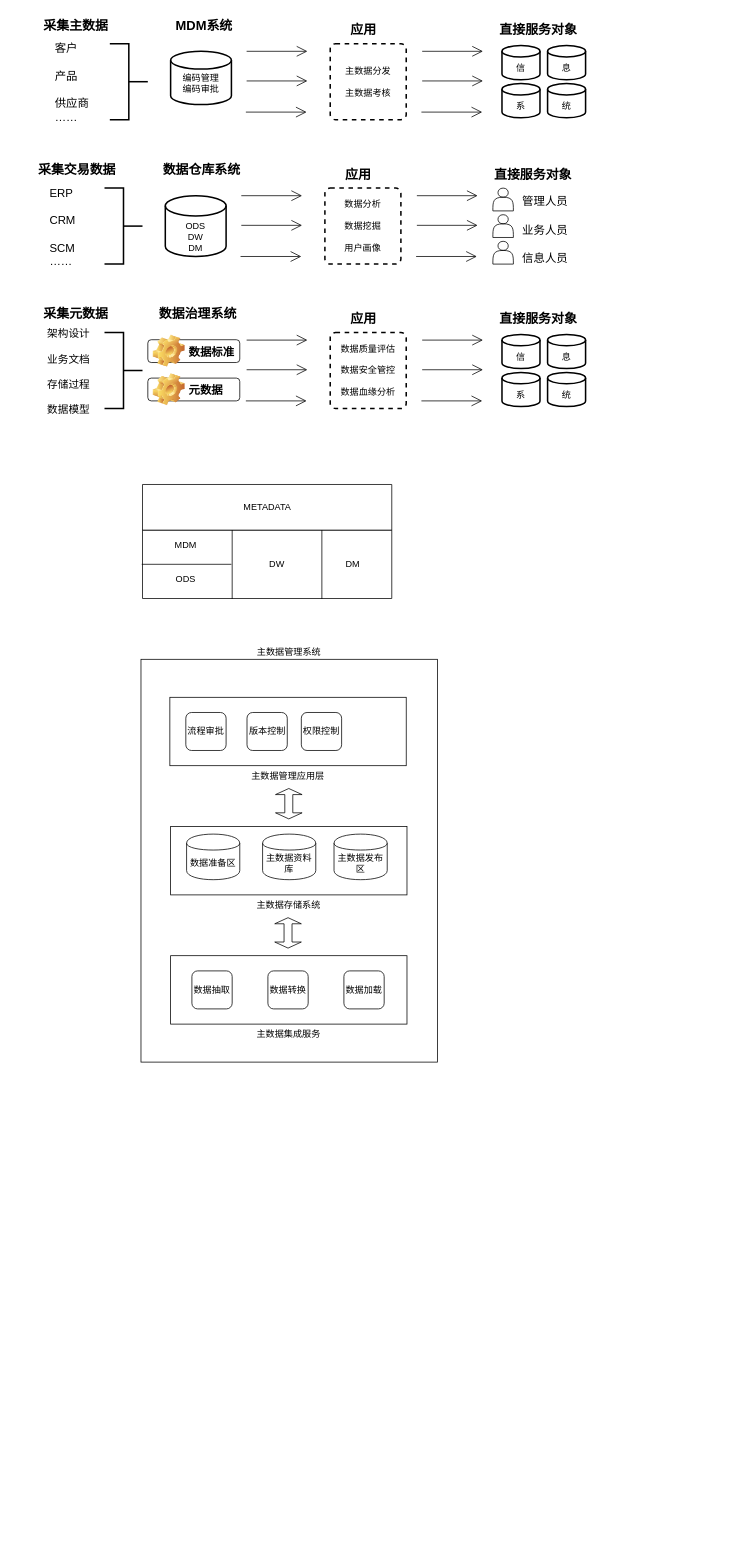
Earlier version of the draw.io diagram 数据治理.drawio (aubao/aubao). Source tidied: cells renumbered, new cells numbered last; positions are measured from the earlier drawing's top-left corner, leaving out a move shared by most shapes. Both pictures are drawn from the tidied source at 76%, with x=0, y=0 at pixel (36, 13).
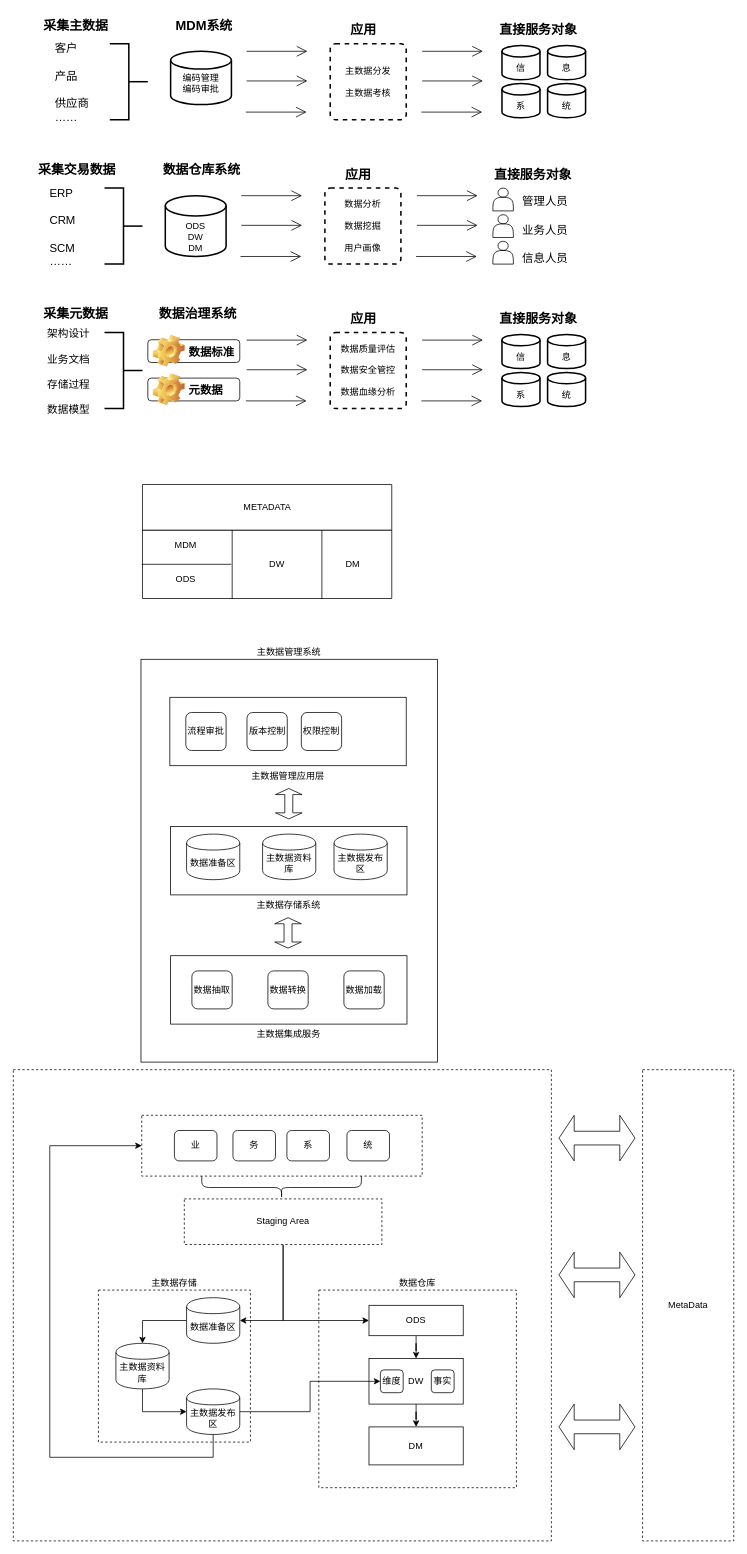
The same diagram, later.

Commit message:
更新数据治理.drawio

What changed in the source:
```diff
@@
+    <mxCell id="82" style="rounded=0;whiteSpace=wrap;html=1;dashed=1;" parent="1" vertex="1">
+      <mxGeometry x="-31" y="1390" width="708" height="620" as="geometry" />
+    </mxCell>
+    <mxCell id="83" style="rounded=0;whiteSpace=wrap;html=1;dashed=1;" parent="1" vertex="1">
+      <mxGeometry x="138" y="1450" width="369" height="80" as="geometry" />
+    </mxCell>
+    <mxCell id="84" value="数据仓库&lt;br&gt;" style="whiteSpace=wrap;html=1;labelPosition=center;verticalLabelPosition=top;align=center;verticalAlign=bottom;dashed=1;" parent="1" vertex="1">
+      <mxGeometry x="371" y="1680" width="260" height="260" as="geometry" />
+    </mxCell>
+    <mxCell id="85" value="DW" style="rounded=0;whiteSpace=wrap;html=1;labelPosition=center;verticalLabelPosition=middle;align=center;verticalAlign=middle;" parent="1" vertex="1">
+      <mxGeometry x="437" y="1770" width="124" height="60" as="geometry" />
+    </mxCell>
+    <mxCell id="86" value="主数据存储" style="whiteSpace=wrap;html=1;labelPosition=center;verticalLabelPosition=top;align=center;verticalAlign=bottom;dashed=1;" parent="1" vertex="1">
+      <mxGeometry x="81" y="1680" width="200" height="200" as="geometry" />
+    </mxCell>
@@
+    <mxCell id="87" value="业" style="rounded=1;whiteSpace=wrap;html=1;" parent="1" vertex="1">
+      <mxGeometry x="181" y="1470" width="56" height="40" as="geometry" />
+    </mxCell>
+    <mxCell id="88" value="务" style="rounded=1;whiteSpace=wrap;html=1;" parent="1" vertex="1">
+      <mxGeometry x="258" y="1470" width="56" height="40" as="geometry" />
+    </mxCell>
+    <mxCell id="89" value="系" style="rounded=1;whiteSpace=wrap;html=1;" parent="1" vertex="1">
+      <mxGeometry x="329" y="1470" width="56" height="40" as="geometry" />
+    </mxCell>
+    <mxCell id="90" value="统" style="rounded=1;whiteSpace=wrap;html=1;" parent="1" vertex="1">
+      <mxGeometry x="408" y="1470" width="56" height="40" as="geometry" />
+    </mxCell>
+    <mxCell id="91" style="edgeStyle=orthogonalEdgeStyle;rounded=0;jettySize=auto;html=1;exitX=0.5;exitY=1;exitDx=0;exitDy=0;entryX=1;entryY=0.5;entryDx=0;entryDy=0;" parent="1" edge="1" source="93" target="96">
+      <mxGeometry relative="1" as="geometry" />
+    </mxCell>
+    <mxCell id="92" style="edgeStyle=orthogonalEdgeStyle;rounded=0;jettySize=auto;html=1;exitX=0.5;exitY=1;exitDx=0;exitDy=0;entryX=0;entryY=0.5;entryDx=0;entryDy=0;" parent="1" edge="1" source="93" target="103">
+      <mxGeometry relative="1" as="geometry" />
+    </mxCell>
+    <mxCell id="93" value="&lt;span&gt;Staging&amp;nbsp;&lt;/span&gt;&lt;span&gt;Area&lt;/span&gt;" style="rounded=0;whiteSpace=wrap;html=1;dashed=1;" parent="1" vertex="1">
+      <mxGeometry x="194" y="1560" width="260" height="60" as="geometry" />
+    </mxCell>
+    <mxCell id="94" style="shape=curlyBracket;whiteSpace=wrap;html=1;rounded=1;direction=north;" parent="1" vertex="1">
+      <mxGeometry x="217" y="1530" width="210" height="30" as="geometry" />
+    </mxCell>
+    <mxCell id="95" style="edgeStyle=orthogonalEdgeStyle;rounded=0;jettySize=auto;html=1;exitX=0;exitY=0.5;exitDx=0;exitDy=0;entryX=0.5;entryY=0;entryDx=0;entryDy=0;" parent="1" edge="1" source="96" target="98">
+      <mxGeometry relative="1" as="geometry" />
+    </mxCell>
+    <mxCell id="96" value="数据准备区" style="shape=cylinder;whiteSpace=wrap;html=1;boundedLbl=1;backgroundOutline=1;" parent="1" vertex="1">
+      <mxGeometry x="197" y="1690" width="70" height="60" as="geometry" />
+    </mxCell>
+    <mxCell id="97" style="edgeStyle=orthogonalEdgeStyle;rounded=0;jettySize=auto;html=1;exitX=0.5;exitY=1;exitDx=0;exitDy=0;" parent="1" edge="1" source="98" target="101">
+      <mxGeometry relative="1" as="geometry" />
+    </mxCell>
+    <mxCell id="98" value="主数据资料库" style="shape=cylinder;whiteSpace=wrap;html=1;boundedLbl=1;backgroundOutline=1;" parent="1" vertex="1">
+      <mxGeometry x="104" y="1750" width="70" height="60" as="geometry" />
+    </mxCell>
+    <mxCell id="99" style="edgeStyle=orthogonalEdgeStyle;rounded=0;jettySize=auto;html=1;exitX=1;exitY=0.5;exitDx=0;exitDy=0;entryX=0;entryY=0.5;entryDx=0;entryDy=0;" parent="1" edge="1" source="101" target="104">
+      <mxGeometry relative="1" as="geometry" />
+    </mxCell>
+    <mxCell id="100" style="edgeStyle=orthogonalEdgeStyle;rounded=0;jettySize=auto;html=1;exitX=0.5;exitY=1;exitDx=0;exitDy=0;entryX=0;entryY=0.5;entryDx=0;entryDy=0;" parent="1" edge="1" source="101" target="83">
+      <mxGeometry relative="1" as="geometry">
+        <Array as="points">
+          <mxPoint x="232" y="1900" />
+          <mxPoint x="17" y="1900" />
+          <mxPoint x="17" y="1490" />
+        </Array>
+      </mxGeometry>
+    </mxCell>
+    <mxCell id="101" value="主数据发布区" style="shape=cylinder;whiteSpace=wrap;html=1;boundedLbl=1;backgroundOutline=1;" parent="1" vertex="1">
+      <mxGeometry x="197" y="1810" width="70" height="60" as="geometry" />
+    </mxCell>
+    <mxCell id="102" style="edgeStyle=orthogonalEdgeStyle;rounded=0;jettySize=auto;html=1;" parent="1" edge="1" source="103" target="85">
+      <mxGeometry relative="1" as="geometry" />
+    </mxCell>
+    <mxCell id="103" value="ODS" style="rounded=0;whiteSpace=wrap;html=1;labelPosition=center;verticalLabelPosition=middle;align=center;verticalAlign=middle;" parent="1" vertex="1">
+      <mxGeometry x="437" y="1700" width="124" height="40" as="geometry" />
+    </mxCell>
+    <mxCell id="104" value="维度" style="rounded=1;whiteSpace=wrap;html=1;" parent="1" vertex="1">
+      <mxGeometry x="452" y="1785" width="30" height="30" as="geometry" />
+    </mxCell>
+    <mxCell id="105" value="事实" style="rounded=1;whiteSpace=wrap;html=1;" parent="1" vertex="1">
+      <mxGeometry x="519" y="1785" width="30" height="30" as="geometry" />
+    </mxCell>
+    <mxCell id="106" style="edgeStyle=orthogonalEdgeStyle;rounded=0;jettySize=auto;html=1;" parent="1" edge="1" source="85" target="107">
+      <mxGeometry relative="1" as="geometry" />
+    </mxCell>
+    <mxCell id="107" value="DM" style="rounded=0;whiteSpace=wrap;html=1;labelPosition=center;verticalLabelPosition=middle;align=center;verticalAlign=middle;" parent="1" vertex="1">
+      <mxGeometry x="437" y="1860" width="124" height="50" as="geometry" />
+    </mxCell>
+    <mxCell id="108" value="MetaData" style="rounded=0;whiteSpace=wrap;html=1;dashed=1;" parent="1" vertex="1">
+      <mxGeometry x="797" y="1390" width="120" height="620" as="geometry" />
+    </mxCell>
+    <mxCell id="109" style="shape=doubleArrow;whiteSpace=wrap;html=1;" parent="1" vertex="1">
+      <mxGeometry x="687" y="1450" width="100" height="60" as="geometry" />
+    </mxCell>
+    <mxCell id="110" style="shape=doubleArrow;whiteSpace=wrap;html=1;" parent="1" vertex="1">
+      <mxGeometry x="687" y="1830" width="100" height="60" as="geometry" />
+    </mxCell>
+    <mxCell id="111" style="shape=doubleArrow;whiteSpace=wrap;html=1;" parent="1" vertex="1">
+      <mxGeometry x="687" y="1630" width="100" height="60" as="geometry" />
+    </mxCell>
```
